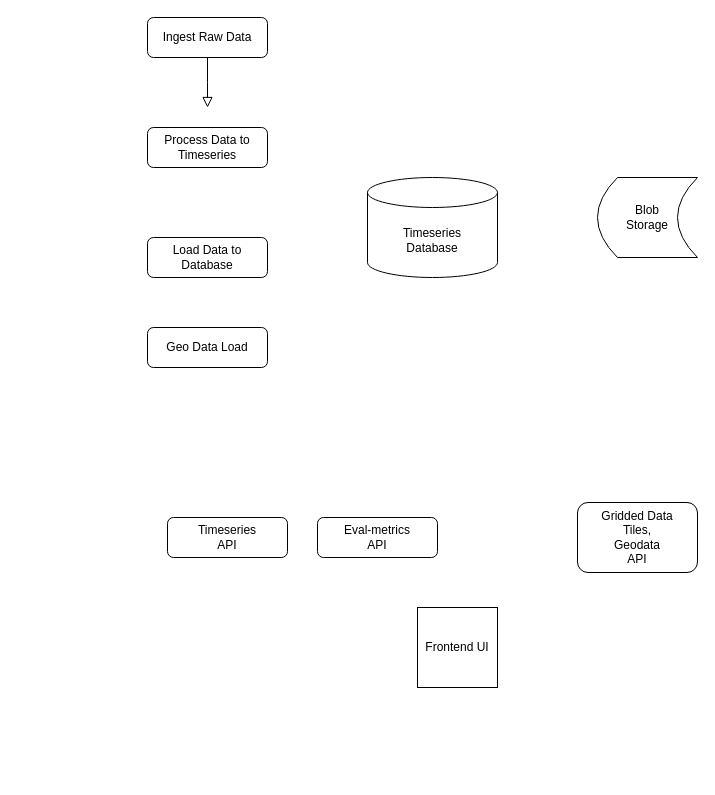
The draw.io diagram docs/data-flow.drawio in RTIInternational/hydro-evaluation, before the edit. Source tidied: cells renumbered, new cells numbered last; positions are measured from the earlier drawing's top-left corner, leaving out a move shared by most shapes. Both pictures are drawn from the tidied source at 100%, with x=0, y=0 at pixel (147, 17).
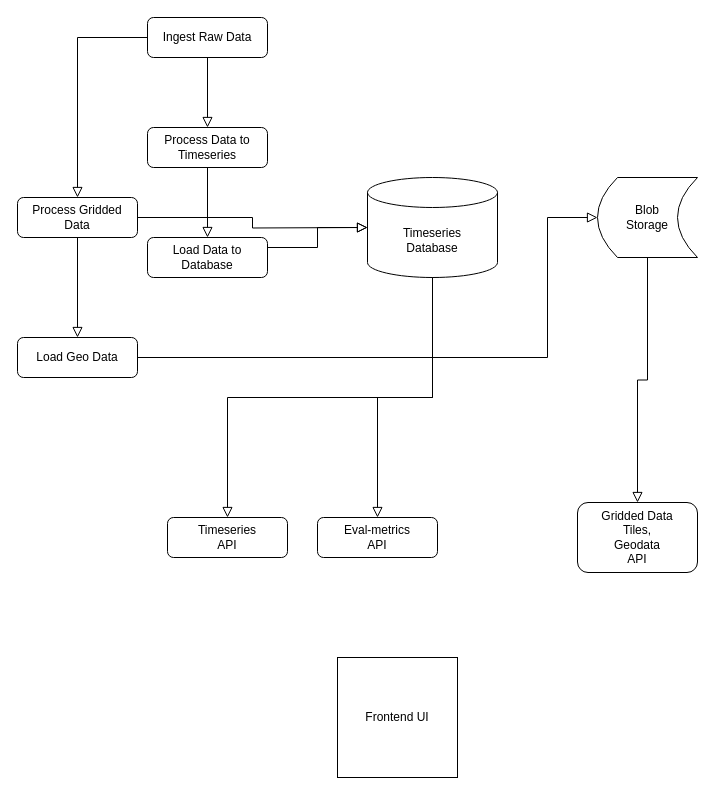
After the change.

The change refers to these unchanged cells:
```xml
<mxCell id="3" value="Ingest Raw Data" style="rounded=1;whiteSpace=wrap;html=1;fontSize=12;glass=0;strokeWidth=1;shadow=0;" parent="1" vertex="1">
  <mxGeometry width="120" height="40" as="geometry" />
</mxCell>
<mxCell id="4" value="Process Data to Timeseries" style="rounded=1;whiteSpace=wrap;html=1;fontSize=12;glass=0;strokeWidth=1;shadow=0;" parent="1" vertex="1">
  <mxGeometry y="110" width="120" height="40" as="geometry" />
</mxCell>
<mxCell id="5" value="Load Data to Database" style="rounded=1;whiteSpace=wrap;html=1;fontSize=12;glass=0;strokeWidth=1;shadow=0;" parent="1" vertex="1">
  <mxGeometry y="220" width="120" height="40" as="geometry" />
</mxCell>
<mxCell id="6" value="Timeseries&lt;br&gt;Database" style="shape=cylinder3;whiteSpace=wrap;html=1;boundedLbl=1;backgroundOutline=1;size=15;" parent="1" vertex="1">
  <mxGeometry x="220" y="160" width="130" height="100" as="geometry" />
</mxCell>
<mxCell id="7" value="Timeseries &lt;br&gt;API" style="rounded=1;whiteSpace=wrap;html=1;fontSize=12;glass=0;strokeWidth=1;shadow=0;" parent="1" vertex="1">
  <mxGeometry x="20" y="500" width="120" height="40" as="geometry" />
</mxCell>
<mxCell id="8" value="Eval-metrics&lt;br&gt;API" style="rounded=1;whiteSpace=wrap;html=1;fontSize=12;glass=0;strokeWidth=1;shadow=0;" parent="1" vertex="1">
  <mxGeometry x="170" y="500" width="120" height="40" as="geometry" />
</mxCell>
<mxCell id="9" value="Gridded Data&lt;br&gt;Tiles, &lt;br&gt;Geodata&lt;br&gt;API" style="rounded=1;whiteSpace=wrap;html=1;fontSize=12;glass=0;strokeWidth=1;shadow=0;" parent="1" vertex="1">
  <mxGeometry x="430" y="485" width="120" height="70" as="geometry" />
</mxCell>
<mxCell id="11" value="Blob&lt;br&gt;Storage" style="shape=dataStorage;whiteSpace=wrap;html=1;fixedSize=1;" parent="1" vertex="1">
  <mxGeometry x="450" y="160" width="100" height="80" as="geometry" />
</mxCell>
```

The edit, as a diff of the source:
```diff
@@
-    <mxCell id="2" style="rounded=0;html=1;jettySize=auto;fontSize=11;endArrow=block;endFill=0;endSize=8;strokeWidth=1;shadow=0;labelBackgroundColor=none;edgeStyle=orthogonalEdgeStyle;" parent="1" edge="1" source="3">
-      <mxGeometry relative="1" as="geometry">
-        <mxPoint x="60" y="90" as="targetPoint" />
-      </mxGeometry>
+    <mxCell id="2" style="rounded=0;html=1;jettySize=auto;fontSize=11;endArrow=block;endFill=0;endSize=8;strokeWidth=1;shadow=0;labelBackgroundColor=none;edgeStyle=orthogonalEdgeStyle;entryX=0.5;entryY=0;entryDx=0;entryDy=0;" parent="1" edge="1" source="3" target="4">
+      <mxGeometry relative="1" as="geometry" />
     </mxCell>
@@
     <mxCell id="10" value="Frontend UI" style="whiteSpace=wrap;html=1;" parent="1" vertex="1">
-      <mxGeometry x="270" y="590" width="80" height="80" as="geometry" />
+      <mxGeometry x="190" y="640" width="120" height="120" as="geometry" />
     </mxCell>
@@
-    <mxCell id="12" value="Geo Data Load" style="rounded=1;whiteSpace=wrap;html=1;fontSize=12;glass=0;strokeWidth=1;shadow=0;" parent="1" vertex="1">
-      <mxGeometry y="310" width="120" height="40" as="geometry" />
+    <mxCell id="12" value="Load Geo Data" style="rounded=1;whiteSpace=wrap;html=1;fontSize=12;glass=0;strokeWidth=1;shadow=0;" parent="1" vertex="1">
+      <mxGeometry x="-130" y="320" width="120" height="40" as="geometry" />
     </mxCell>
+    <mxCell id="13" style="rounded=0;html=1;jettySize=auto;fontSize=11;endArrow=block;endFill=0;endSize=8;strokeWidth=1;shadow=0;labelBackgroundColor=none;edgeStyle=orthogonalEdgeStyle;entryX=0.5;entryY=0;entryDx=0;entryDy=0;exitX=0.5;exitY=1;exitDx=0;exitDy=0;" parent="1" edge="1" source="4" target="5">
+      <mxGeometry relative="1" as="geometry" />
+    </mxCell>
+    <mxCell id="14" style="rounded=0;html=1;jettySize=auto;fontSize=11;endArrow=block;endFill=0;endSize=8;strokeWidth=1;shadow=0;labelBackgroundColor=none;edgeStyle=orthogonalEdgeStyle;exitX=1;exitY=0.25;exitDx=0;exitDy=0;" parent="1" edge="1" source="5" target="6">
+      <mxGeometry relative="1" as="geometry" />
+    </mxCell>
+    <mxCell id="15" style="rounded=0;html=1;jettySize=auto;fontSize=11;endArrow=block;endFill=0;endSize=8;strokeWidth=1;shadow=0;labelBackgroundColor=none;edgeStyle=orthogonalEdgeStyle;exitX=1;exitY=0.5;exitDx=0;exitDy=0;entryX=0;entryY=0.5;entryDx=0;entryDy=0;" parent="1" edge="1" source="12" target="11">
+      <mxGeometry relative="1" as="geometry">
+        <Array as="points">
+          <mxPoint x="400" y="340" />
+          <mxPoint x="400" y="200" />
+        </Array>
+      </mxGeometry>
+    </mxCell>
+    <mxCell id="16" value="Process Gridded Data" style="rounded=1;whiteSpace=wrap;html=1;fontSize=12;glass=0;strokeWidth=1;shadow=0;" parent="1" vertex="1">
+      <mxGeometry x="-130" y="180" width="120" height="40" as="geometry" />
+    </mxCell>
+    <mxCell id="17" style="rounded=0;html=1;jettySize=auto;fontSize=11;endArrow=block;endFill=0;endSize=8;strokeWidth=1;shadow=0;labelBackgroundColor=none;edgeStyle=orthogonalEdgeStyle;entryX=0.5;entryY=0;entryDx=0;entryDy=0;exitX=0.5;exitY=1;exitDx=0;exitDy=0;" parent="1" edge="1" source="16" target="12">
+      <mxGeometry relative="1" as="geometry" />
+    </mxCell>
+    <mxCell id="18" style="rounded=0;html=1;jettySize=auto;fontSize=11;endArrow=block;endFill=0;endSize=8;strokeWidth=1;shadow=0;labelBackgroundColor=none;edgeStyle=orthogonalEdgeStyle;exitX=1;exitY=0.5;exitDx=0;exitDy=0;" parent="1" edge="1" source="16">
+      <mxGeometry relative="1" as="geometry">
+        <mxPoint x="220" y="210" as="targetPoint" />
+      </mxGeometry>
+    </mxCell>
+    <mxCell id="19" style="rounded=0;html=1;jettySize=auto;fontSize=11;endArrow=block;endFill=0;endSize=8;strokeWidth=1;shadow=0;labelBackgroundColor=none;edgeStyle=orthogonalEdgeStyle;exitX=0;exitY=0.5;exitDx=0;exitDy=0;entryX=0.5;entryY=0;entryDx=0;entryDy=0;" parent="1" edge="1" source="3" target="16">
+      <mxGeometry relative="1" as="geometry" />
+    </mxCell>
+    <mxCell id="20" style="rounded=0;html=1;jettySize=auto;fontSize=11;endArrow=block;endFill=0;endSize=8;strokeWidth=1;shadow=0;labelBackgroundColor=none;edgeStyle=orthogonalEdgeStyle;entryX=0.5;entryY=0;entryDx=0;entryDy=0;" parent="1" edge="1" source="11" target="9">
+      <mxGeometry relative="1" as="geometry" />
+    </mxCell>
+    <mxCell id="21" style="rounded=0;html=1;jettySize=auto;fontSize=11;endArrow=block;endFill=0;endSize=8;strokeWidth=1;shadow=0;labelBackgroundColor=none;edgeStyle=orthogonalEdgeStyle;entryX=0.5;entryY=0;entryDx=0;entryDy=0;exitX=0.5;exitY=1;exitDx=0;exitDy=0;exitPerimeter=0;" parent="1" edge="1" source="6" target="8">
+      <mxGeometry relative="1" as="geometry">
+        <Array as="points">
+          <mxPoint x="285" y="380" />
+          <mxPoint x="230" y="380" />
+        </Array>
+      </mxGeometry>
+    </mxCell>
+    <mxCell id="22" style="rounded=0;html=1;jettySize=auto;fontSize=11;endArrow=block;endFill=0;endSize=8;strokeWidth=1;shadow=0;labelBackgroundColor=none;edgeStyle=orthogonalEdgeStyle;entryX=0.5;entryY=0;entryDx=0;entryDy=0;exitX=0.5;exitY=1;exitDx=0;exitDy=0;exitPerimeter=0;" parent="1" edge="1" source="6" target="7">
+      <mxGeometry relative="1" as="geometry" />
+    </mxCell>
```
